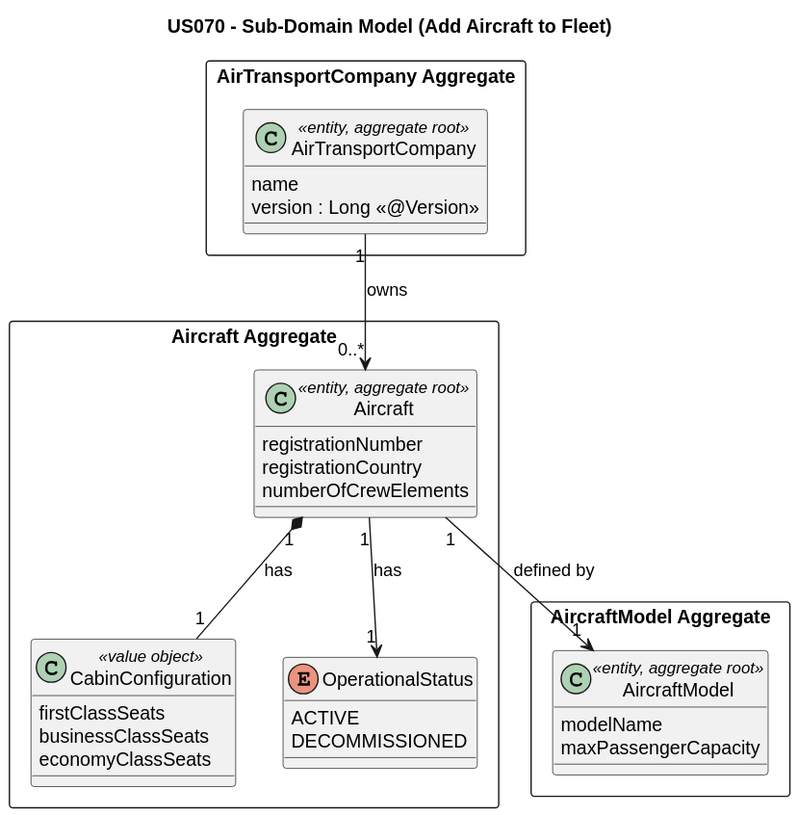
Above: aisafe.base/docs/user-stories/us070/svg/US070-domain-model.svg in brunodspinto/aisafe (PlantUML), before the change.
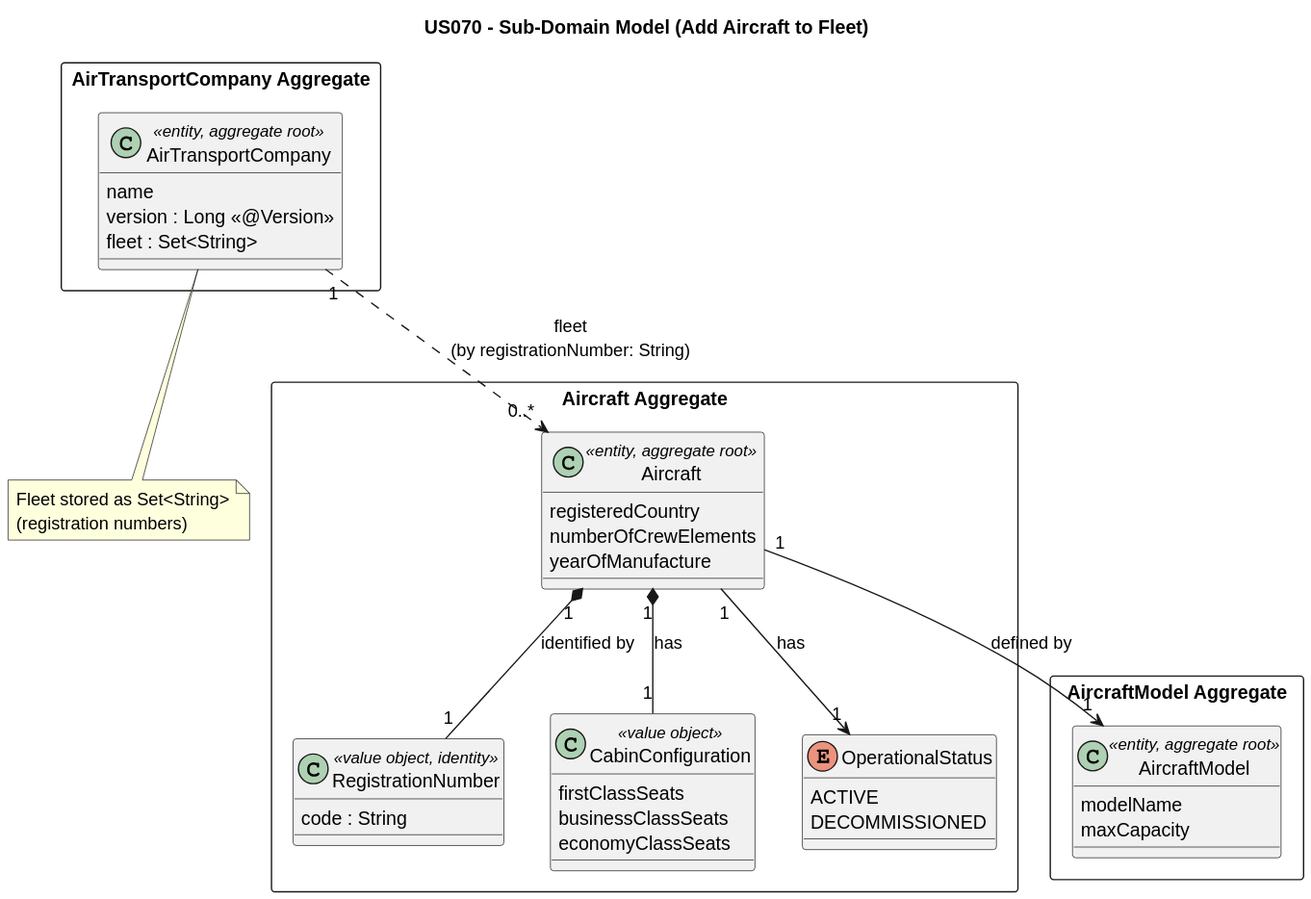
The same diagram one commit later.

Commit message:
#35 US070 - refactor: enhance domain model for Aircraft and AirTransportCompany, adding fleet and registration number attributes

Diff of the diagram source:
```diff
@@ -8,14 +8,19 @@
     class AirTransportCompany <<entity, aggregate root>> {
         name
         version : Long <<@Version>>
+        fleet : Set<String>
     }
 }
 
 package "Aircraft Aggregate" <<Rectangle>> {
+    class RegistrationNumber <<value object, identity>> {
+        code : String
+    }
+
     class Aircraft <<entity, aggregate root>> {
-        registrationNumber
-        registrationCountry
+        registeredCountry
         numberOfCrewElements
+        yearOfManufacture
     }
 
     class CabinConfiguration <<value object>> {
@@ -33,14 +38,19 @@
 package "AircraftModel Aggregate" <<Rectangle>> {
     class AircraftModel <<entity, aggregate root>> {
         modelName
-        maxPassengerCapacity
+        maxCapacity
     }
 }
 
-AirTransportCompany "1" --> "0..*" Aircraft : "owns"
+AirTransportCompany "1" ..> "0..*" Aircraft : "fleet\n(by registrationNumber: String)"
 
+note bottom of AirTransportCompany
+  Fleet stored as Set<String>
+  (registration numbers)
+end note
+
+Aircraft "1" *-- "1" RegistrationNumber : "identified by"
 Aircraft "1" *-- "1" CabinConfiguration : "has"
-
 Aircraft "1" --> "1" OperationalStatus : "has"
 Aircraft "1" --> "1" AircraftModel : "defined by"
 @enduml
```
